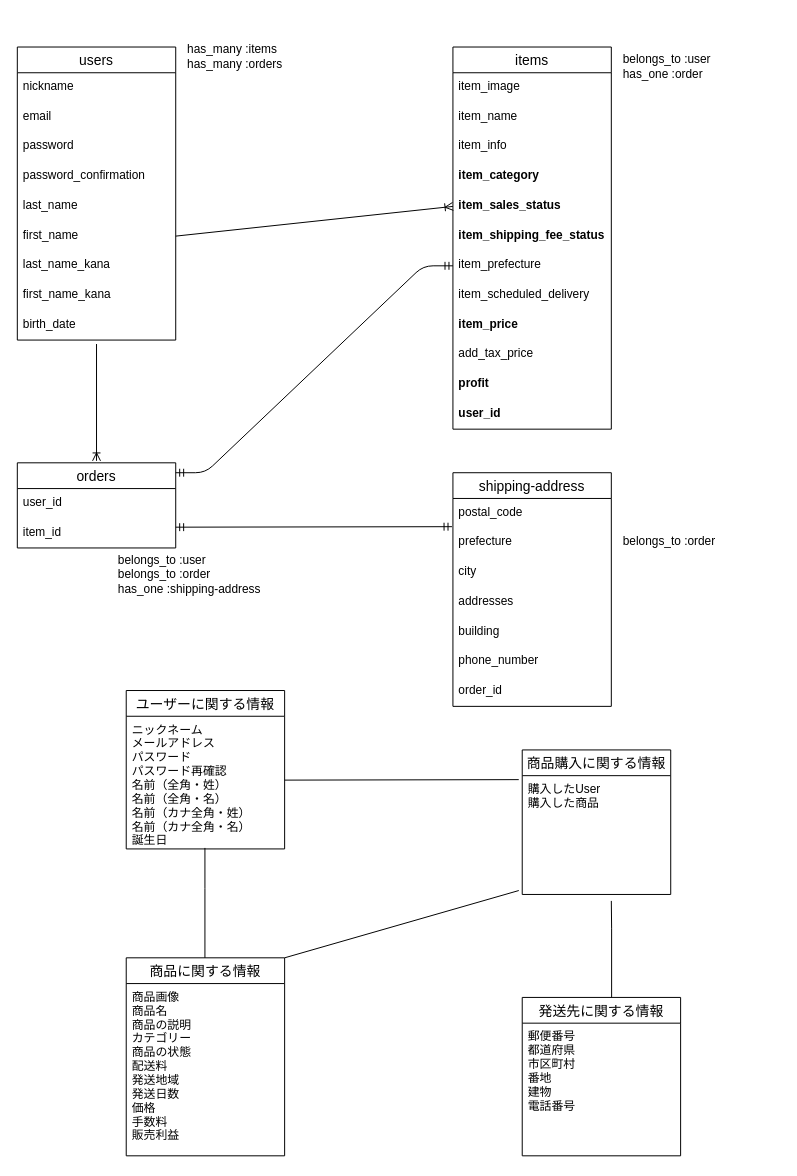
Above: page "ページ1" (1 of 2) of ER.dio in tenishoku/furima-39947 (draw.io), before the change. Source tidied: cells renumbered, new cells numbered last; positions are measured from the earlier drawing's top-left corner, leaving out a move shared by most shapes. Both pictures are drawn from the tidied source at 99%, with x=0, y=0 at pixel (17, 37).
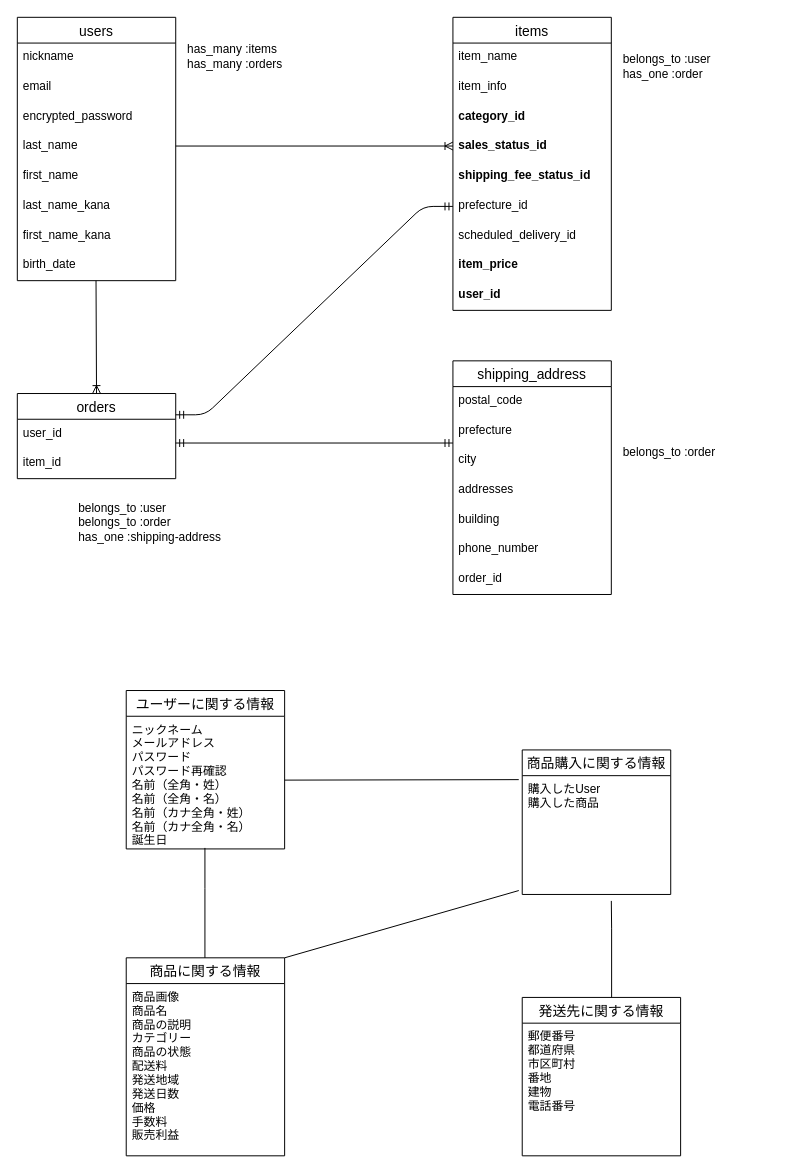
Above is the later version.

Commit message (it also covers changes not shown here):
(修正) #3 データベース設計

Unchanged cells that the change refers to:
```xml
<mxCell id="26" value="user_id" style="text;strokeColor=none;fillColor=none;spacingLeft=4;spacingRight=4;overflow=hidden;points=[[0,0.5],[1,0.5]];portConstraint=eastwest;fontSize=12;" parent="25" vertex="1">
  <mxGeometry y="26" width="160" height="30" as="geometry" />
</mxCell>
<mxCell id="41" value="postal_code" style="text;strokeColor=none;fillColor=none;spacingLeft=4;spacingRight=4;overflow=hidden;points=[[0,0.5],[1,0.5]];portConstraint=eastwest;fontSize=12;" parent="40" vertex="1">
  <mxGeometry y="26" width="160" height="30" as="geometry" />
</mxCell>
```

Change to the diagram source:
```diff
@@
     <mxCell id="2" value="users" style="swimlane;fontStyle=0;horizontal=1;startSize=26;align=center;fontSize=14;" parent="1" vertex="1">
-      <mxGeometry y="10" width="160" height="296" as="geometry" />
+      <mxGeometry y="-20" width="160" height="266" as="geometry" />
     </mxCell>
@@
-    <mxCell id="5" value="password" style="text;strokeColor=none;fillColor=none;spacingLeft=4;spacingRight=4;overflow=hidden;fontSize=12;" parent="2" vertex="1">
+    <mxCell id="5" value="encrypted_password" style="text;strokeColor=none;fillColor=none;spacingLeft=4;spacingRight=4;overflow=hidden;fontSize=12;" parent="2" vertex="1">
       <mxGeometry y="86" width="160" height="30" as="geometry" />
     </mxCell>
-    <mxCell id="6" value="password_confirmation" style="text;strokeColor=none;fillColor=none;spacingLeft=4;spacingRight=4;overflow=hidden;fontSize=12;" parent="2" vertex="1">
-      <mxGeometry y="116" width="160" height="30" as="geometry" />
-    </mxCell>
     <mxCell id="7" value="last_name" style="text;strokeColor=none;fillColor=none;spacingLeft=4;spacingRight=4;overflow=hidden;points=[[0,0.5],[1,0.5]];portConstraint=eastwest;fontSize=12;" parent="2" vertex="1">
-      <mxGeometry y="146" width="160" height="30" as="geometry" />
+      <mxGeometry y="116" width="160" height="30" as="geometry" />
     </mxCell>
     <mxCell id="8" value="first_name" style="text;strokeColor=none;fillColor=none;spacingLeft=4;spacingRight=4;overflow=hidden;points=[[0,0.5],[1,0.5]];portConstraint=eastwest;fontSize=12;" parent="2" vertex="1">
-      <mxGeometry y="176" width="160" height="30" as="geometry" />
+      <mxGeometry y="146" width="160" height="30" as="geometry" />
     </mxCell>
     <mxCell id="9" value="last_name_kana" style="text;strokeColor=none;fillColor=none;spacingLeft=4;spacingRight=4;overflow=hidden;fontSize=12;" parent="2" vertex="1">
-      <mxGeometry y="206" width="160" height="30" as="geometry" />
+      <mxGeometry y="176" width="160" height="30" as="geometry" />
     </mxCell>
     <mxCell id="10" value="first_name_kana" style="text;strokeColor=none;fillColor=none;spacingLeft=4;spacingRight=4;overflow=hidden;fontSize=12;" parent="2" vertex="1">
-      <mxGeometry y="236" width="160" height="30" as="geometry" />
+      <mxGeometry y="206" width="160" height="30" as="geometry" />
     </mxCell>
     <mxCell id="11" value="birth_date" style="text;strokeColor=none;fillColor=none;spacingLeft=4;spacingRight=4;overflow=hidden;fontSize=12;" parent="2" vertex="1">
-      <mxGeometry y="266" width="160" height="30" as="geometry" />
+      <mxGeometry y="236" width="160" height="30" as="geometry" />
     </mxCell>
     <mxCell id="12" value="items" style="swimlane;fontStyle=0;horizontal=1;startSize=26;align=center;fontSize=14;" parent="1" vertex="1">
-      <mxGeometry x="440" y="10" width="160" height="386" as="geometry" />
+      <mxGeometry x="440" y="-20" width="160" height="296" as="geometry" />
     </mxCell>
-    <mxCell id="13" value="item_image" style="text;strokeColor=none;fillColor=none;spacingLeft=4;spacingRight=4;overflow=hidden;fontSize=12;" parent="12" vertex="1">
-      <mxGeometry y="26" width="160" height="30" as="geometry" />
-    </mxCell>
     <mxCell id="14" value="item_name" style="text;strokeColor=none;fillColor=none;spacingLeft=4;spacingRight=4;overflow=hidden;fontSize=12;" parent="12" vertex="1">
-      <mxGeometry y="56" width="160" height="30" as="geometry" />
+      <mxGeometry y="26" width="160" height="30" as="geometry" />
     </mxCell>
     <mxCell id="15" value="item_info" style="text;strokeColor=none;fillColor=none;spacingLeft=4;spacingRight=4;overflow=hidden;fontSize=12;" parent="12" vertex="1">
-      <mxGeometry y="86" width="160" height="30" as="geometry" />
+      <mxGeometry y="56" width="160" height="30" as="geometry" />
     </mxCell>
-    <mxCell id="16" value="item_category" style="text;strokeColor=none;fillColor=none;spacingLeft=4;spacingRight=4;overflow=hidden;fontSize=12;fontStyle=1;" parent="12" vertex="1">
-      <mxGeometry y="116" width="160" height="30" as="geometry" />
+    <mxCell id="16" value="category_id" style="text;strokeColor=none;fillColor=none;spacingLeft=4;spacingRight=4;overflow=hidden;fontSize=12;fontStyle=1;" parent="12" vertex="1">
+      <mxGeometry y="86" width="160" height="30" as="geometry" />
     </mxCell>
-    <mxCell id="17" value="item_sales_status" style="text;strokeColor=none;fillColor=none;spacingLeft=4;spacingRight=4;overflow=hidden;points=[[0,0.5],[1,0.5]];portConstraint=eastwest;fontSize=12;fontStyle=1;" parent="12" vertex="1">
-      <mxGeometry y="146" width="160" height="30" as="geometry" />
+    <mxCell id="17" value="sales_status_id" style="text;strokeColor=none;fillColor=none;spacingLeft=4;spacingRight=4;overflow=hidden;points=[[0,0.5],[1,0.5]];portConstraint=eastwest;fontSize=12;fontStyle=1;" parent="12" vertex="1">
+      <mxGeometry y="116" width="160" height="30" as="geometry" />
     </mxCell>
-    <mxCell id="18" value="item_shipping_fee_status" style="text;strokeColor=none;fillColor=none;spacingLeft=4;spacingRight=4;overflow=hidden;fontSize=12;fontStyle=1;" parent="12" vertex="1">
-      <mxGeometry y="176" width="160" height="30" as="geometry" />
+    <mxCell id="18" value="shipping_fee_status_id" style="text;strokeColor=none;fillColor=none;spacingLeft=4;spacingRight=4;overflow=hidden;fontSize=12;fontStyle=1;" parent="12" vertex="1">
+      <mxGeometry y="146" width="160" height="30" as="geometry" />
     </mxCell>
-    <mxCell id="19" value="item_prefecture" style="text;strokeColor=none;fillColor=none;spacingLeft=4;spacingRight=4;overflow=hidden;points=[[0,0.5],[1,0.5]];portConstraint=eastwest;fontSize=12;" parent="12" vertex="1">
-      <mxGeometry y="206" width="160" height="30" as="geometry" />
+    <mxCell id="19" value="prefecture_id" style="text;strokeColor=none;fillColor=none;spacingLeft=4;spacingRight=4;overflow=hidden;points=[[0,0.5],[1,0.5]];portConstraint=eastwest;fontSize=12;" parent="12" vertex="1">
+      <mxGeometry y="176" width="160" height="30" as="geometry" />
     </mxCell>
-    <mxCell id="20" value="item_scheduled_delivery" style="text;strokeColor=none;fillColor=none;spacingLeft=4;spacingRight=4;overflow=hidden;fontSize=12;" parent="12" vertex="1">
-      <mxGeometry y="236" width="160" height="30" as="geometry" />
+    <mxCell id="20" value="scheduled_delivery_id" style="text;strokeColor=none;fillColor=none;spacingLeft=4;spacingRight=4;overflow=hidden;fontSize=12;" parent="12" vertex="1">
+      <mxGeometry y="206" width="160" height="30" as="geometry" />
     </mxCell>
     <mxCell id="21" value="item_price" style="text;strokeColor=none;fillColor=none;spacingLeft=4;spacingRight=4;overflow=hidden;fontSize=12;fontStyle=1;" parent="12" vertex="1">
-      <mxGeometry y="266" width="160" height="30" as="geometry" />
+      <mxGeometry y="236" width="160" height="30" as="geometry" />
     </mxCell>
-    <mxCell id="22" value="add_tax_price" style="text;strokeColor=none;fillColor=none;spacingLeft=4;spacingRight=4;overflow=hidden;fontSize=12;" parent="12" vertex="1">
-      <mxGeometry y="296" width="160" height="30" as="geometry" />
-    </mxCell>
-    <mxCell id="23" value="profit" style="text;strokeColor=none;fillColor=none;spacingLeft=4;spacingRight=4;overflow=hidden;fontSize=12;fontStyle=1;" parent="12" vertex="1">
-      <mxGeometry y="326" width="160" height="30" as="geometry" />
-    </mxCell>
     <mxCell id="24" value="user_id" style="text;strokeColor=none;fillColor=none;spacingLeft=4;spacingRight=4;overflow=hidden;fontSize=12;fontStyle=1;" parent="12" vertex="1">
-      <mxGeometry y="356" width="160" height="30" as="geometry" />
+      <mxGeometry y="266" width="160" height="30" as="geometry" />
     </mxCell>
     <mxCell id="25" value="orders" style="swimlane;fontStyle=0;horizontal=1;startSize=26;align=center;fontSize=14;" parent="1" vertex="1">
-      <mxGeometry y="430" width="160" height="86" as="geometry" />
+      <mxGeometry y="360" width="160" height="86" as="geometry" />
     </mxCell>
@@
-    <mxCell id="40" value="shipping-address" style="swimlane;fontStyle=0;horizontal=1;startSize=26;align=center;fontSize=14;" parent="1" vertex="1">
-      <mxGeometry x="440" y="440" width="160" height="236" as="geometry" />
+    <mxCell id="40" value="shipping_address" style="swimlane;fontStyle=0;horizontal=1;startSize=26;align=center;fontSize=14;" parent="1" vertex="1">
+      <mxGeometry x="440" y="327" width="160" height="236" as="geometry" />
     </mxCell>
@@
-    <mxCell id="48" style="fontSize=12;html=1;endArrow=ERoneToMany;exitX=1;exitY=0.5;exitDx=0;exitDy=0;entryX=0;entryY=0.5;entryDx=0;entryDy=0;" parent="1" edge="1" source="8" target="17">
-      <mxGeometry relative="1" as="geometry" />
+    <mxCell id="48" style="fontSize=12;html=1;endArrow=ERoneToMany;exitX=1;exitY=0.467;exitDx=0;exitDy=0;exitPerimeter=0;" parent="1" edge="1" source="7">
+      <mxGeometry relative="1" as="geometry">
+        <mxPoint x="440" y="110" as="targetPoint" />
+      </mxGeometry>
     </mxCell>
-    <mxCell id="49" style="fontSize=12;html=1;endArrow=ERoneToMany;entryX=0.5;entryY=0;entryDx=0;entryDy=0;" parent="1" edge="1">
+    <mxCell id="49" style="fontSize=12;html=1;endArrow=ERoneToMany;" parent="1" edge="1">
       <mxGeometry relative="1" as="geometry">
-        <mxPoint x="80" y="310" as="sourcePoint" />
-        <mxPoint x="80" y="428" as="targetPoint" />
+        <mxPoint x="79.5" y="246" as="sourcePoint" />
+        <mxPoint x="80" y="360" as="targetPoint" />
       </mxGeometry>
     </mxCell>
-    <mxCell id="50" style="edgeStyle=entityRelationEdgeStyle;fontSize=12;html=1;endArrow=ERmandOne;startArrow=ERmandOne;entryX=0;entryY=0.5;entryDx=0;entryDy=0;" parent="1" edge="1" target="19">
-      <mxGeometry relative="1" as="geometry">
-        <mxPoint x="160" y="440" as="sourcePoint" />
-      </mxGeometry>
+    <mxCell id="50" style="edgeStyle=entityRelationEdgeStyle;fontSize=12;html=1;endArrow=ERmandOne;startArrow=ERmandOne;entryX=0;entryY=0.5;entryDx=0;entryDy=0;exitX=1;exitY=0.25;exitDx=0;exitDy=0;" parent="1" edge="1" source="25" target="19">
+      <mxGeometry relative="1" as="geometry" />
     </mxCell>
@@
     <mxCell id="53" value="belongs_to :user&lt;br&gt;belongs_to&amp;nbsp;:order&lt;br&gt;has_one :shipping-address" style="text;html=1;strokeColor=none;fillColor=none;align=left;verticalAlign=middle;whiteSpace=wrap;rounded=0;" parent="1" vertex="1">
-      <mxGeometry x="100" y="523" width="160" height="40" as="geometry" />
+      <mxGeometry x="60" y="470" width="160" height="40" as="geometry" />
     </mxCell>
-    <mxCell id="54" style="fontSize=12;html=1;endArrow=ERmandOne;startArrow=ERmandOne;entryX=-0.006;entryY=0.95;entryDx=0;entryDy=0;entryPerimeter=0;" parent="1" edge="1" target="41">
+    <mxCell id="54" style="fontSize=12;html=1;endArrow=ERmandOne;startArrow=ERmandOne;exitX=1;exitY=0.8;exitDx=0;exitDy=0;exitPerimeter=0;" parent="1" edge="1" source="26">
       <mxGeometry relative="1" as="geometry">
-        <mxPoint x="160" y="495" as="sourcePoint" />
+        <mxPoint x="440" y="410" as="targetPoint" />
       </mxGeometry>
     </mxCell>
     <mxCell id="55" value="belongs_to&amp;nbsp;:order" style="text;html=1;strokeColor=none;fillColor=none;align=left;verticalAlign=middle;whiteSpace=wrap;rounded=0;" parent="1" vertex="1">
-      <mxGeometry x="610" y="490" width="160" height="40" as="geometry" />
+      <mxGeometry x="610" y="400" width="160" height="40" as="geometry" />
     </mxCell>
```
